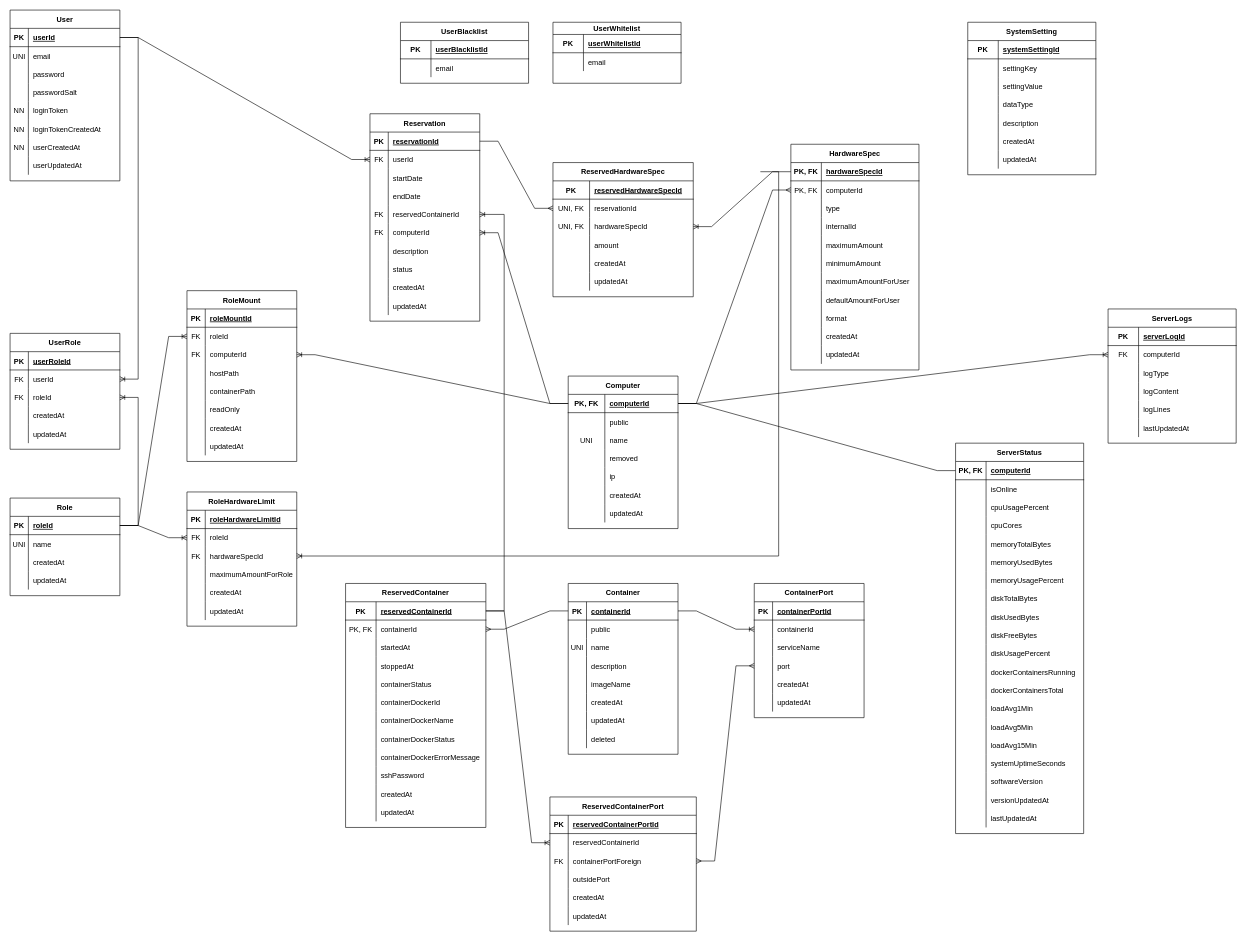
Above: additional_documentation/database.drawio in Satakunnan-ammattikorkeakoulu/containers-on-the-fly (draw.io), before the change. Source tidied: cells renumbered, new cells numbered last; positions are measured from the earlier drawing's top-left corner, leaving out a move shared by most shapes. Both pictures are drawn from the tidied source at 61%, with x=0, y=0 at pixel (10, 10).
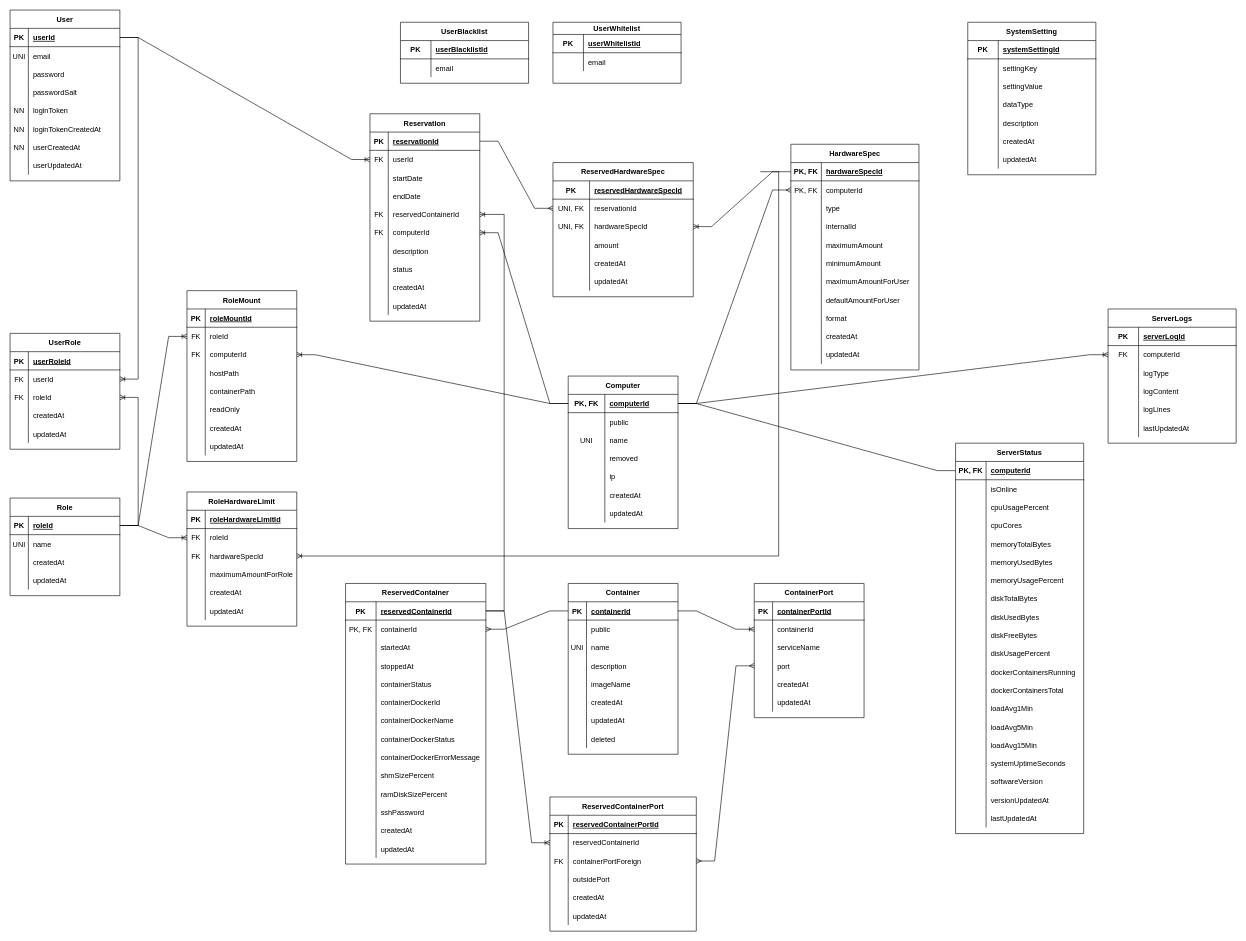
Above is the later version.

Commit message (it also covers changes not shown here):
Update database drawings

What changed in the source:
```diff
@@
     <mxCell id="144" value="ReservedContainer" style="shape=table;startSize=30;childLayout=tableLayout;rowLines=0;fontStyle=1;align=center;" parent="1" vertex="1">
-      <mxGeometry x="550" y="940" width="230" height="400" as="geometry" />
+      <mxGeometry x="550" y="940" width="230" height="460" as="geometry" />
     </mxCell>
@@
+    <mxCell id="440" style="shape=tableRow;horizontal=0;startSize=0;swimlaneHead=0;swimlaneBody=0;fillColor=none;top=0;left=0;right=0;bottom=0;" parent="144" vertex="1">
+      <mxGeometry y="300" width="230" height="30" as="geometry" />
+    </mxCell>
+    <mxCell id="441" style="shape=partialRectangle;fillColor=none;top=0;left=0;bottom=0;right=0;overflow=hidden;" parent="440" vertex="1">
+      <mxGeometry width="50" height="30" as="geometry" />
+    </mxCell>
+    <mxCell id="442" value="shmSizePercent" style="shape=partialRectangle;fillColor=none;top=0;left=0;bottom=0;right=0;align=left;spacingLeft=6;overflow=hidden;" parent="440" vertex="1">
+      <mxGeometry x="50" width="180" height="30" as="geometry" />
+    </mxCell>
+    <mxCell id="443" style="shape=tableRow;horizontal=0;startSize=0;swimlaneHead=0;swimlaneBody=0;fillColor=none;top=0;left=0;right=0;bottom=0;" parent="144" vertex="1">
+      <mxGeometry y="330" width="230" height="30" as="geometry" />
+    </mxCell>
+    <mxCell id="444" style="shape=partialRectangle;fillColor=none;top=0;left=0;bottom=0;right=0;overflow=hidden;" parent="443" vertex="1">
+      <mxGeometry width="50" height="30" as="geometry" />
+    </mxCell>
+    <mxCell id="445" value="ramDiskSizePercent" style="shape=partialRectangle;fillColor=none;top=0;left=0;bottom=0;right=0;align=left;spacingLeft=6;overflow=hidden;" parent="443" vertex="1">
+      <mxGeometry x="50" width="180" height="30" as="geometry" />
+    </mxCell>
     <mxCell id="172" style="shape=tableRow;horizontal=0;startSize=0;swimlaneHead=0;swimlaneBody=0;fillColor=none;top=0;left=0;right=0;bottom=0;" parent="144" vertex="1">
-      <mxGeometry y="300" width="230" height="30" as="geometry" />
+      <mxGeometry y="360" width="230" height="30" as="geometry" />
     </mxCell>
@@
     <mxCell id="175" style="shape=tableRow;horizontal=0;startSize=0;swimlaneHead=0;swimlaneBody=0;fillColor=none;top=0;left=0;right=0;bottom=0;" parent="144" vertex="1">
-      <mxGeometry y="330" width="230" height="30" as="geometry" />
+      <mxGeometry y="390" width="230" height="30" as="geometry" />
     </mxCell>
@@
     <mxCell id="178" style="shape=tableRow;horizontal=0;startSize=0;swimlaneHead=0;swimlaneBody=0;fillColor=none;top=0;left=0;right=0;bottom=0;" parent="144" vertex="1">
-      <mxGeometry y="360" width="230" height="30" as="geometry" />
+      <mxGeometry y="420" width="230" height="30" as="geometry" />
     </mxCell>
```
